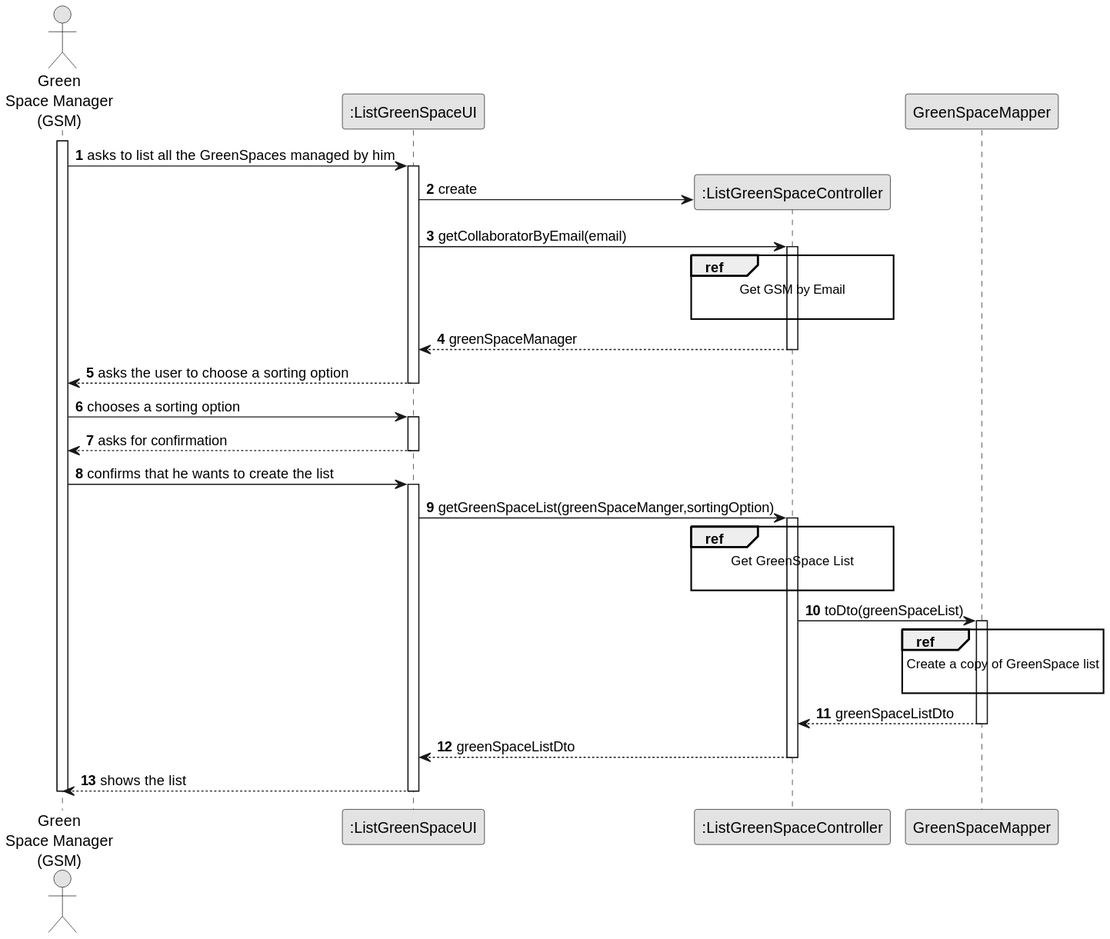
Before: docs/sprintC/us027/03.design/svg/us027-sequence-diagram-split.svg, a diagram exported from PlantUML (diogoveirospro/lei-24-s2-1dg-g072).
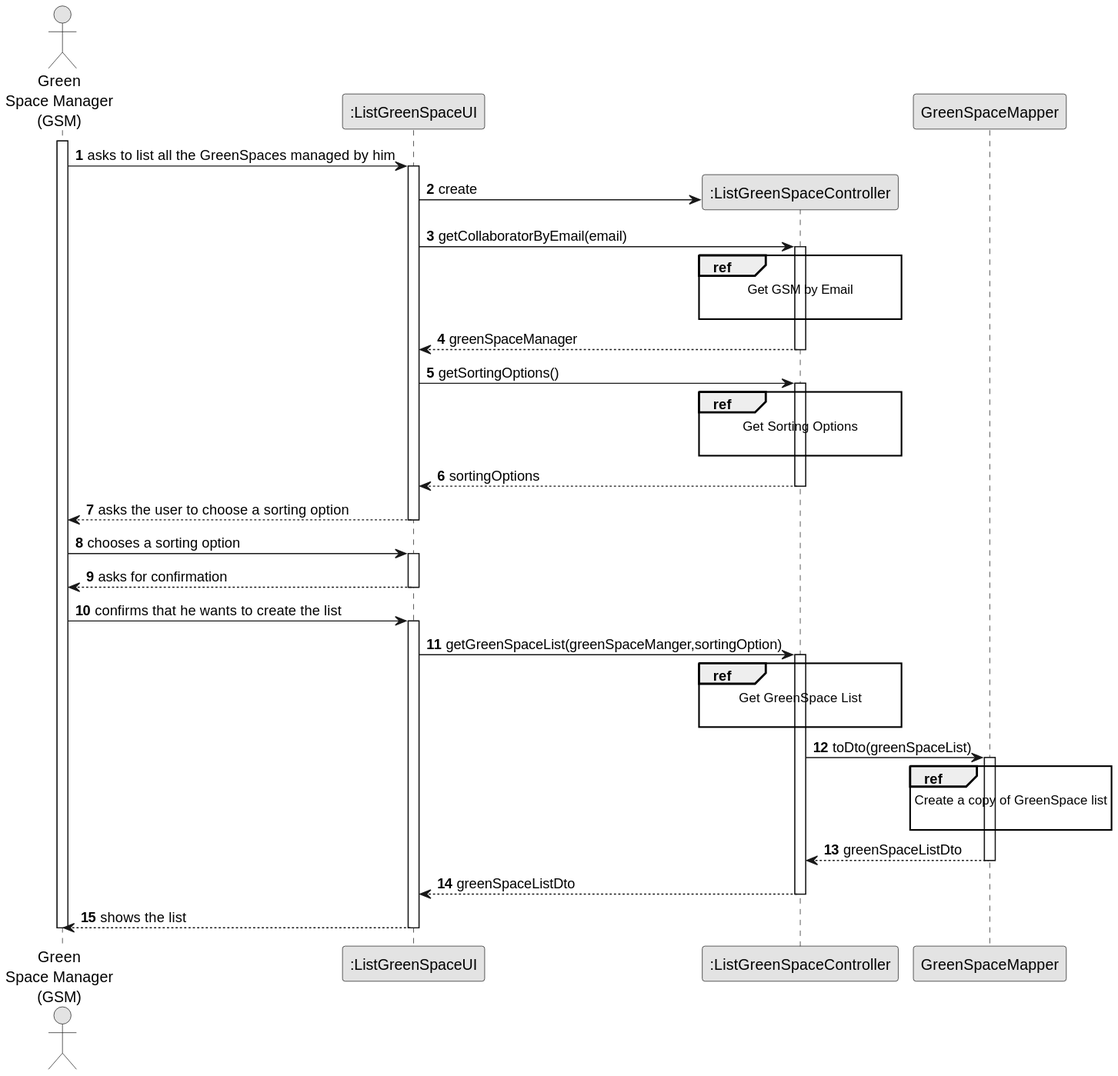
After the change.

Change to the diagram source:
```diff
@@ -27,6 +27,15 @@
 
                         end
                         CTRL --> UI :greenSpaceManager
+                    deactivate CTRL
+
+                    UI -> CTRL : getSortingOptions()
+                    activate CTRL
+                        ref over CTRL
+                            Get Sorting Options
+
+                        end
+                    CTRL --> UI : sortingOptions
                     deactivate CTRL
             UI --> GSM : asks the user to choose a sorting option
         deactivate UI
```
